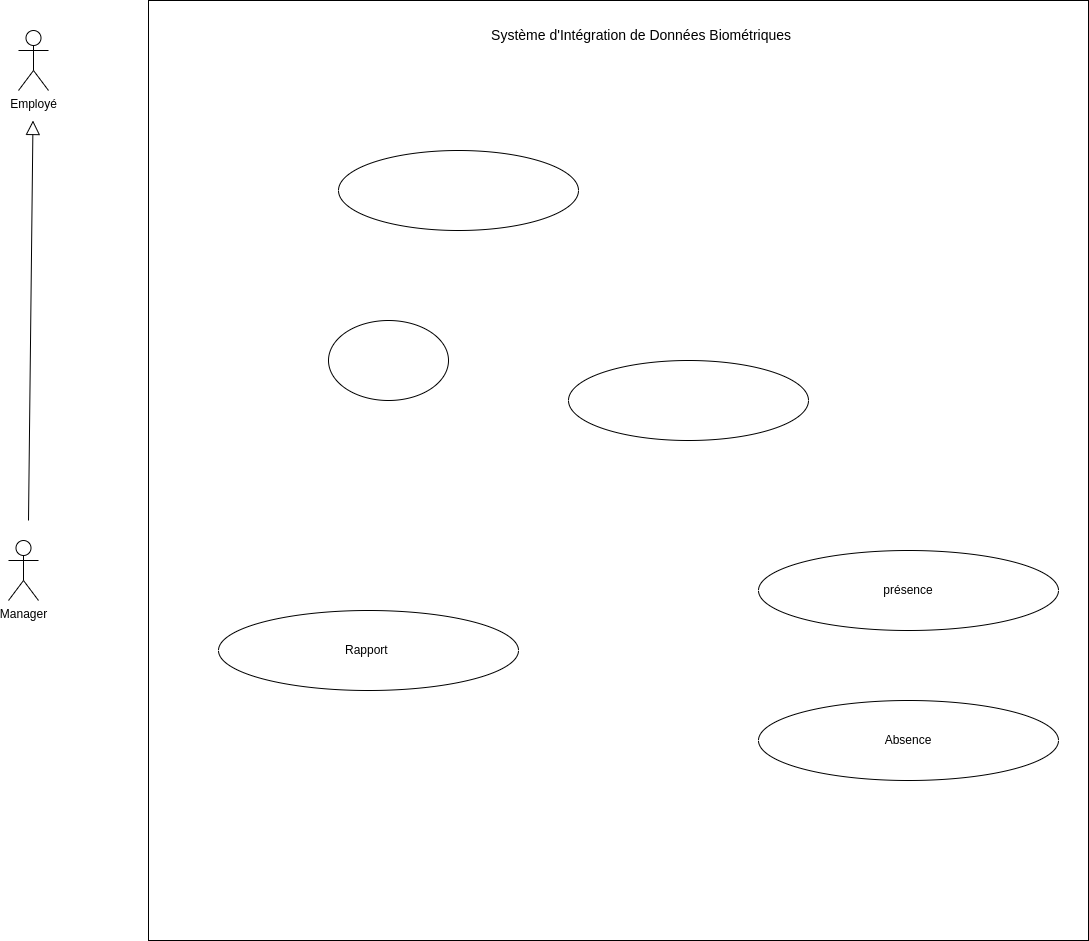
Earlier version of the draw.io export static/Diagramme de cas d'utilisation.drawio.png (Siluearsene/borne_biometrique). Source tidied: cells renumbered, new cells last; positions are measured from the earlier drawing's top-left corner, leaving out a move shared by most shapes.
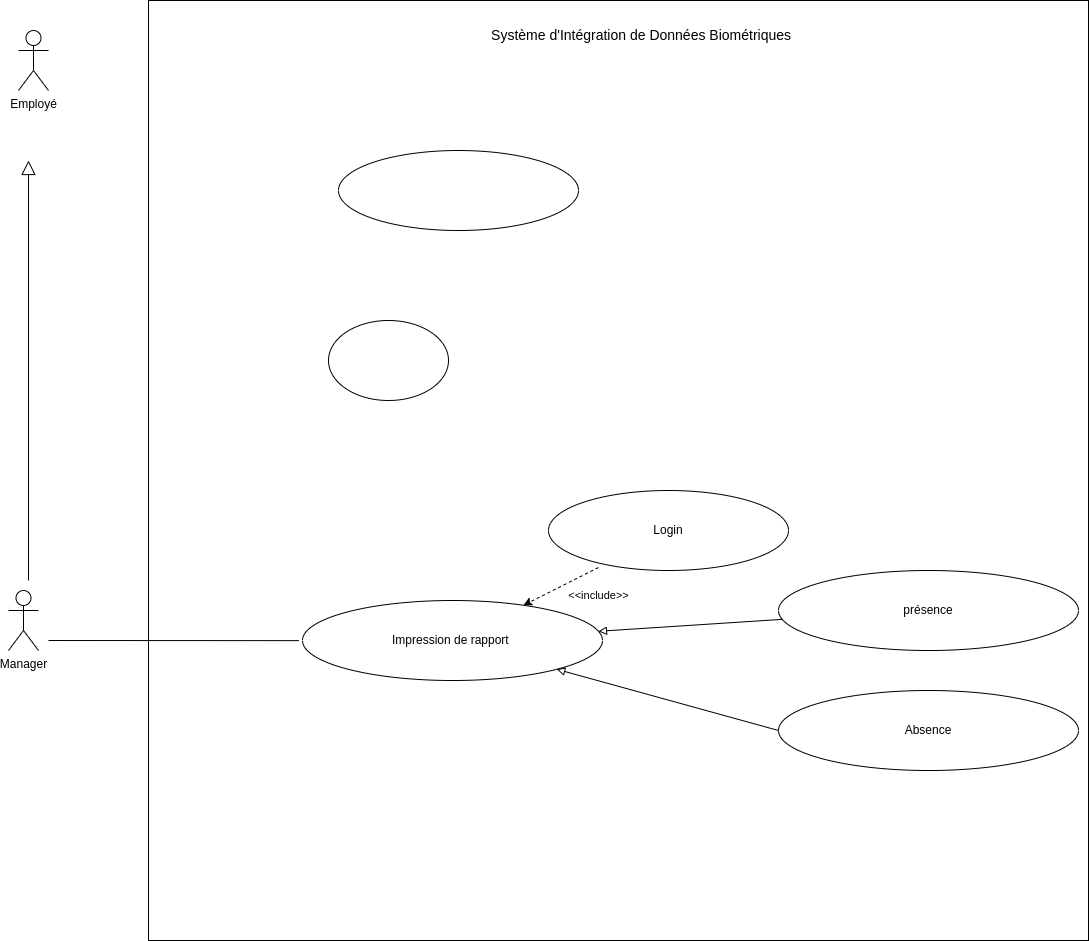
Later version of the same file.

Commit message:
Mettre à jour Diagramme de cas d'utilisation.drawio.png

Change to the diagram source:
```diff
@@ -6,12 +6,12 @@
       <mxGeometry x="10" y="30" width="30" height="60" as="geometry" />
     </mxCell>
     <mxCell id="3" value="Manager" style="shape=umlActor;verticalLabelPosition=bottom;verticalAlign=top;html=1;" parent="1" vertex="1">
-      <mxGeometry y="540" width="30" height="60" as="geometry" />
+      <mxGeometry y="590" width="30" height="60" as="geometry" />
     </mxCell>
     <mxCell id="4" style="endArrow=block;endFill=0;endSize=12;html=1;rounded=0;" parent="1" edge="1">
       <mxGeometry relative="1" as="geometry">
-        <mxPoint x="20" y="520" as="sourcePoint" />
-        <mxPoint x="24.5" y="120" as="targetPoint" />
+        <mxPoint x="20" y="580" as="sourcePoint" />
+        <mxPoint x="20" y="160" as="targetPoint" />
       </mxGeometry>
     </mxCell>
     <mxCell id="5" style="whiteSpace=wrap;html=1;" parent="1" vertex="1">
@@ -23,20 +23,39 @@
     <mxCell id="7" style="ellipse;whiteSpace=wrap;html=1;" parent="1" vertex="1">
       <mxGeometry x="330" y="150" width="240" height="80" as="geometry" />
     </mxCell>
-    <mxCell id="8" style="ellipse;whiteSpace=wrap;html=1;" parent="1" vertex="1">
-      <mxGeometry x="560" y="360" width="240" height="80" as="geometry" />
+    <mxCell id="8" value="Login" style="ellipse;whiteSpace=wrap;html=1;" parent="1" vertex="1">
+      <mxGeometry x="540" y="490" width="240" height="80" as="geometry" />
     </mxCell>
     <mxCell id="9" style="ellipse;whiteSpace=wrap;html=1;" parent="1" vertex="1">
       <mxGeometry x="320" y="320" width="120" height="80" as="geometry" />
     </mxCell>
     <mxCell id="10" value="présence" style="ellipse;whiteSpace=wrap;html=1;" parent="1" vertex="1">
-      <mxGeometry x="750" y="550" width="300" height="80" as="geometry" />
+      <mxGeometry x="770" y="570" width="300" height="80" as="geometry" />
     </mxCell>
-    <mxCell id="11" value="Rapport&amp;nbsp;" style="ellipse;whiteSpace=wrap;html=1;" parent="1" vertex="1">
-      <mxGeometry x="210" y="610" width="300" height="80" as="geometry" />
+    <mxCell id="11" value="Impression de rapport&amp;nbsp;" style="ellipse;whiteSpace=wrap;html=1;" parent="1" vertex="1">
+      <mxGeometry x="294" y="600" width="300" height="80" as="geometry" />
     </mxCell>
     <mxCell id="12" value="Absence" style="ellipse;whiteSpace=wrap;html=1;" parent="1" vertex="1">
-      <mxGeometry x="750" y="700" width="300" height="80" as="geometry" />
+      <mxGeometry x="770" y="690" width="300" height="80" as="geometry" />
     </mxCell>
+    <mxCell id="13" style="endArrow=block;html=1;rounded=0;endFill=0;exitX=0;exitY=0.5;exitDx=0;exitDy=0;" parent="1" edge="1" source="12" target="11">
+      <mxGeometry relative="1" as="geometry" />
+    </mxCell>
+    <mxCell id="14" style="endArrow=block;html=1;rounded=0;endFill=0;" parent="1" edge="1" source="10" target="11">
+      <mxGeometry relative="1" as="geometry" />
+    </mxCell>
+    <mxCell id="15" style="endArrow=classic;html=1;rounded=0;dashed=1;exitX=0.208;exitY=0.963;exitDx=0;exitDy=0;exitPerimeter=0;" parent="1" edge="1" source="8" target="11">
+      <mxGeometry relative="1" as="geometry" />
+    </mxCell>
+    <mxCell id="16" value="&lt;font style=&quot;font-size: 11px;&quot;&gt;&amp;lt;&amp;lt;include&amp;gt;&lt;/font&gt;&amp;gt;" style="edgeLabel;html=1;align=center;verticalAlign=middle;" parent="15" vertex="1">
+      <mxGeometry x="-0.08" y="2" relative="1" as="geometry">
+        <mxPoint x="34" y="8" as="offset" />
+      </mxGeometry>
+    </mxCell>
+    <mxCell id="17" style="endArrow=none;html=1;rounded=0;entryX=0.16;entryY=0.681;entryDx=0;entryDy=0;entryPerimeter=0;" parent="1" edge="1" target="5">
+      <mxGeometry relative="1" as="geometry">
+        <mxPoint x="40" y="640" as="sourcePoint" />
+      </mxGeometry>
+    </mxCell>
   </root>
 </mxGraphModel>
```
